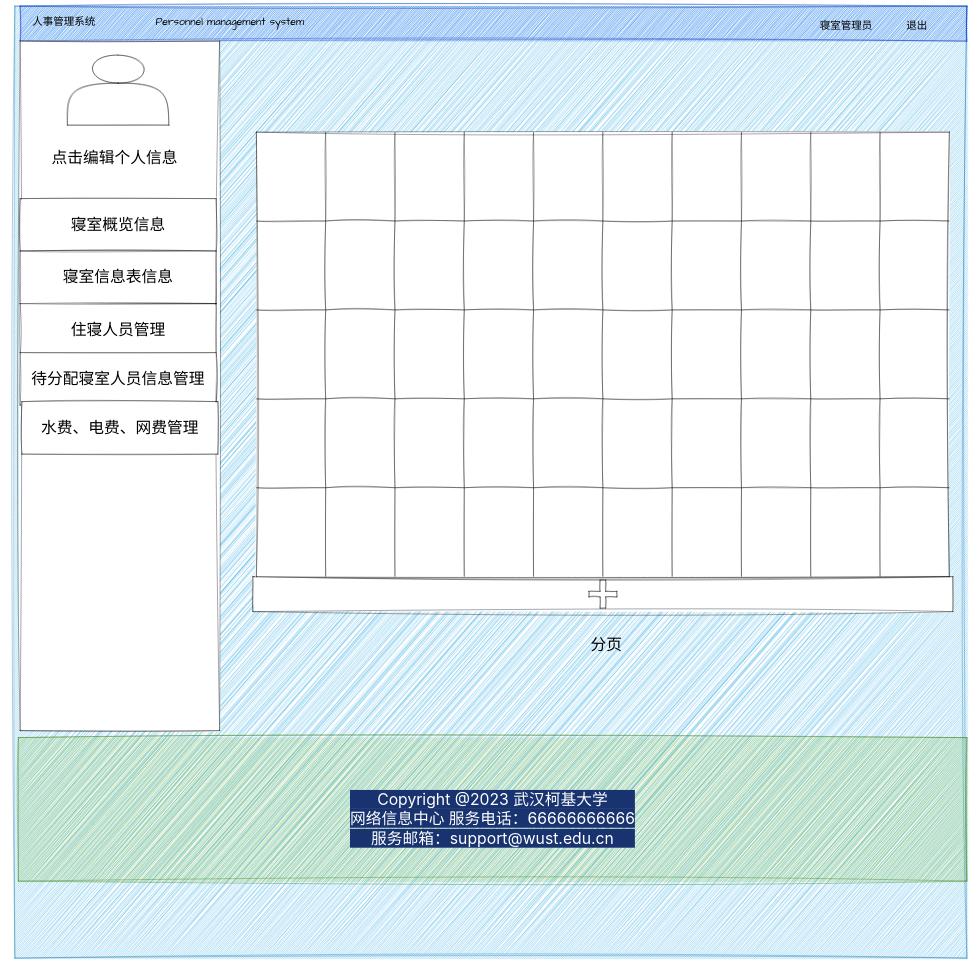
This is 大寝室管理员.drawio from 177-Liukuan/MyPicture, a draw.io file, before an edit. Source tidied: cells renumbered, new cells numbered last; positions are measured from the earlier drawing's top-left corner, leaving out a move shared by most shapes. Both pictures are drawn from the tidied source at 35%, with x=0, y=0 at pixel (6, 6).
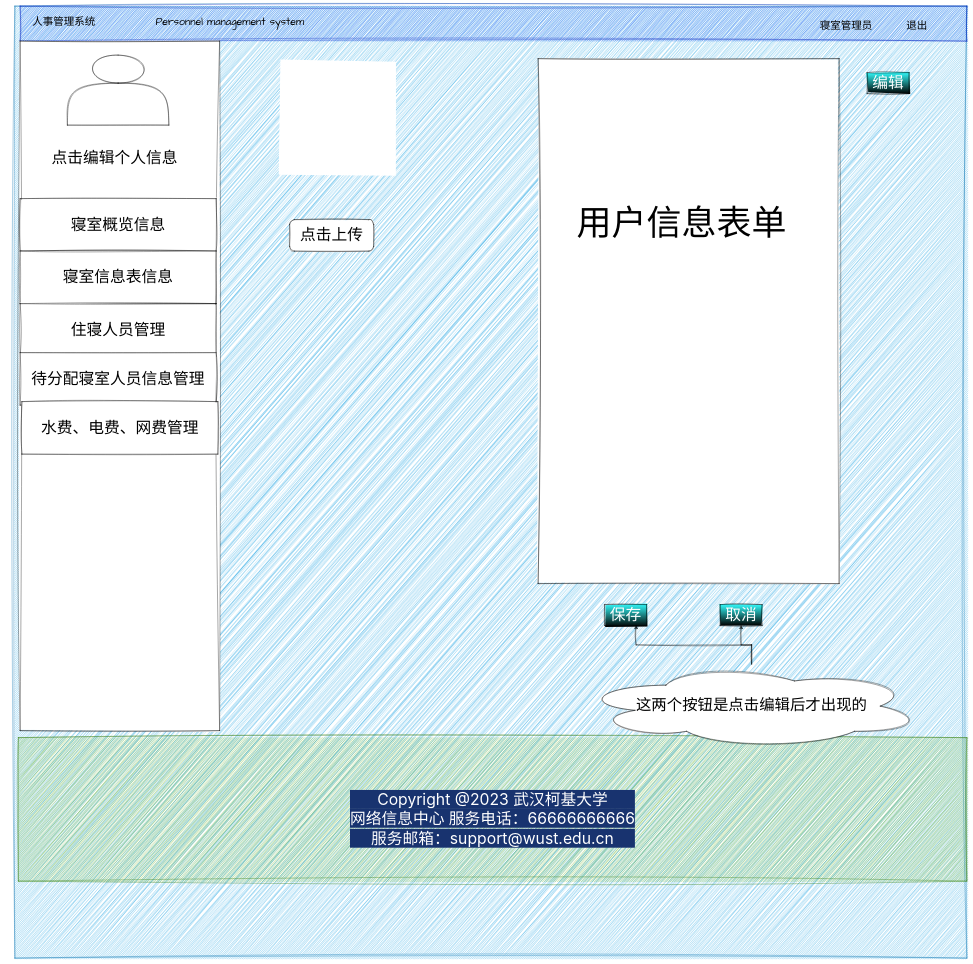
After the change.

Commit message (it also covers changes not shown here):
更新大寝室管理员.drawio

Diff of the diagram source:
```diff
@@
-    <mxCell id="10" value="&lt;span style=&quot;font-size: 45px;&quot;&gt;分页&lt;/span&gt;" style="text;html=1;strokeColor=none;fillColor=none;align=center;verticalAlign=middle;whiteSpace=wrap;rounded=0;fontSize=20;fontFamily=Architects Daughter;swimlaneFillColor=none;" parent="1" vertex="1">
-      <mxGeometry x="1505" y="1770" width="420" height="110" as="geometry" />
-    </mxCell>
@@
-    <mxCell id="12" style="rounded=0;whiteSpace=wrap;html=1;sketch=1;hachureGap=4;jiggle=2;curveFitting=1;fontFamily=Architects Daughter;fontSize=20;swimlaneFillColor=none;" parent="1" vertex="1">
-      <mxGeometry x="705" y="1630" width="2000" height="100" as="geometry" />
-    </mxCell>
-    <mxCell id="13" style="shape=cross;whiteSpace=wrap;html=1;sketch=1;hachureGap=4;jiggle=2;curveFitting=1;fontFamily=Architects Daughter;fontSize=20;swimlaneFillColor=none;" parent="1" vertex="1">
-      <mxGeometry x="1665" y="1640" width="80" height="80" as="geometry" />
-    </mxCell>
@@
-    <mxCell id="19" style="shape=table;startSize=0;childLayout=tableLayout;sketch=1;hachureGap=4;jiggle=2;curveFitting=1;fontFamily=Architects Daughter;fontSize=20;" parent="1" vertex="1">
-      <mxGeometry x="715" y="360" width="1980" height="1270" as="geometry" />
-    </mxCell>
-    <mxCell id="20" style="shape=tableRow;horizontal=0;startSize=0;swimlaneHead=0;swimlaneBody=0;strokeColor=inherit;top=0;left=0;bottom=0;right=0;fillColor=none;sketch=1;hachureGap=4;jiggle=2;curveFitting=1;fontFamily=Architects Daughter;fontSize=20;" parent="19" vertex="1">
-      <mxGeometry width="1980" height="254" as="geometry" />
-    </mxCell>
-    <mxCell id="21" style="shape=partialRectangle;html=1;whiteSpace=wrap;strokeColor=inherit;overflow=hidden;fillColor=none;top=0;left=0;bottom=0;right=0;sketch=1;hachureGap=4;jiggle=2;curveFitting=1;fontFamily=Architects Daughter;fontSize=20;" parent="20" vertex="1">
-      <mxGeometry width="198" height="254" as="geometry" />
-    </mxCell>
-    <mxCell id="22" style="shape=partialRectangle;html=1;whiteSpace=wrap;strokeColor=inherit;overflow=hidden;fillColor=none;top=0;left=0;bottom=0;right=0;sketch=1;hachureGap=4;jiggle=2;curveFitting=1;fontFamily=Architects Daughter;fontSize=20;" parent="20" vertex="1">
-      <mxGeometry x="198" width="198" height="254" as="geometry" />
-    </mxCell>
-    <mxCell id="23" style="shape=partialRectangle;html=1;whiteSpace=wrap;strokeColor=inherit;overflow=hidden;fillColor=none;top=0;left=0;bottom=0;right=0;sketch=1;hachureGap=4;jiggle=2;curveFitting=1;fontFamily=Architects Daughter;fontSize=20;" parent="20" vertex="1">
-      <mxGeometry x="396" width="198" height="254" as="geometry" />
-    </mxCell>
-    <mxCell id="24" style="shape=partialRectangle;html=1;whiteSpace=wrap;strokeColor=inherit;overflow=hidden;fillColor=none;top=0;left=0;bottom=0;right=0;sketch=1;hachureGap=4;jiggle=2;curveFitting=1;fontFamily=Architects Daughter;fontSize=20;" parent="20" vertex="1">
-      <mxGeometry x="594" width="198" height="254" as="geometry" />
-    </mxCell>
-    <mxCell id="25" style="shape=partialRectangle;html=1;whiteSpace=wrap;strokeColor=inherit;overflow=hidden;fillColor=none;top=0;left=0;bottom=0;right=0;sketch=1;hachureGap=4;jiggle=2;curveFitting=1;fontFamily=Architects Daughter;fontSize=20;" parent="20" vertex="1">
-      <mxGeometry x="792" width="198" height="254" as="geometry" />
-    </mxCell>
-    <mxCell id="26" style="shape=partialRectangle;html=1;whiteSpace=wrap;strokeColor=inherit;overflow=hidden;fillColor=none;top=0;left=0;bottom=0;right=0;sketch=1;hachureGap=4;jiggle=2;curveFitting=1;fontFamily=Architects Daughter;fontSize=20;" parent="20" vertex="1">
-      <mxGeometry x="990" width="198" height="254" as="geometry" />
-    </mxCell>
-    <mxCell id="27" style="shape=partialRectangle;html=1;whiteSpace=wrap;strokeColor=inherit;overflow=hidden;fillColor=none;top=0;left=0;bottom=0;right=0;sketch=1;hachureGap=4;jiggle=2;curveFitting=1;fontFamily=Architects Daughter;fontSize=20;" parent="20" vertex="1">
-      <mxGeometry x="1188" width="198" height="254" as="geometry" />
-    </mxCell>
-    <mxCell id="28" style="shape=partialRectangle;html=1;whiteSpace=wrap;strokeColor=inherit;overflow=hidden;fillColor=none;top=0;left=0;bottom=0;right=0;sketch=1;hachureGap=4;jiggle=2;curveFitting=1;fontFamily=Architects Daughter;fontSize=20;" parent="20" vertex="1">
-      <mxGeometry x="1386" width="198" height="254" as="geometry" />
-    </mxCell>
-    <mxCell id="29" style="shape=partialRectangle;html=1;whiteSpace=wrap;strokeColor=inherit;overflow=hidden;fillColor=none;top=0;left=0;bottom=0;right=0;sketch=1;hachureGap=4;jiggle=2;curveFitting=1;fontFamily=Architects Daughter;fontSize=20;" parent="20" vertex="1">
-      <mxGeometry x="1584" width="198" height="254" as="geometry" />
-    </mxCell>
-    <mxCell id="30" style="shape=partialRectangle;html=1;whiteSpace=wrap;strokeColor=inherit;overflow=hidden;fillColor=none;top=0;left=0;bottom=0;right=0;sketch=1;hachureGap=4;jiggle=2;curveFitting=1;fontFamily=Architects Daughter;fontSize=20;" parent="20" vertex="1">
-      <mxGeometry x="1782" width="198" height="254" as="geometry" />
-    </mxCell>
-    <mxCell id="31" style="shape=tableRow;horizontal=0;startSize=0;swimlaneHead=0;swimlaneBody=0;strokeColor=inherit;top=0;left=0;bottom=0;right=0;fillColor=none;sketch=1;hachureGap=4;jiggle=2;curveFitting=1;fontFamily=Architects Daughter;fontSize=20;" parent="19" vertex="1">
-      <mxGeometry y="254" width="1980" height="254" as="geometry" />
-    </mxCell>
-    <mxCell id="32" style="shape=partialRectangle;html=1;whiteSpace=wrap;strokeColor=inherit;overflow=hidden;fillColor=none;top=0;left=0;bottom=0;right=0;sketch=1;hachureGap=4;jiggle=2;curveFitting=1;fontFamily=Architects Daughter;fontSize=20;" parent="31" vertex="1">
-      <mxGeometry width="198" height="254" as="geometry" />
-    </mxCell>
-    <mxCell id="33" style="shape=partialRectangle;html=1;whiteSpace=wrap;strokeColor=inherit;overflow=hidden;fillColor=none;top=0;left=0;bottom=0;right=0;sketch=1;hachureGap=4;jiggle=2;curveFitting=1;fontFamily=Architects Daughter;fontSize=20;" parent="31" vertex="1">
-      <mxGeometry x="198" width="198" height="254" as="geometry" />
-    </mxCell>
-    <mxCell id="34" style="shape=partialRectangle;html=1;whiteSpace=wrap;strokeColor=inherit;overflow=hidden;fillColor=none;top=0;left=0;bottom=0;right=0;sketch=1;hachureGap=4;jiggle=2;curveFitting=1;fontFamily=Architects Daughter;fontSize=20;" parent="31" vertex="1">
-      <mxGeometry x="396" width="198" height="254" as="geometry" />
-    </mxCell>
-    <mxCell id="35" style="shape=partialRectangle;html=1;whiteSpace=wrap;strokeColor=inherit;overflow=hidden;fillColor=none;top=0;left=0;bottom=0;right=0;sketch=1;hachureGap=4;jiggle=2;curveFitting=1;fontFamily=Architects Daughter;fontSize=20;" parent="31" vertex="1">
-      <mxGeometry x="594" width="198" height="254" as="geometry" />
-    </mxCell>
-    <mxCell id="36" style="shape=partialRectangle;html=1;whiteSpace=wrap;strokeColor=inherit;overflow=hidden;fillColor=none;top=0;left=0;bottom=0;right=0;sketch=1;hachureGap=4;jiggle=2;curveFitting=1;fontFamily=Architects Daughter;fontSize=20;" parent="31" vertex="1">
-      <mxGeometry x="792" width="198" height="254" as="geometry" />
-    </mxCell>
-    <mxCell id="37" style="shape=partialRectangle;html=1;whiteSpace=wrap;strokeColor=inherit;overflow=hidden;fillColor=none;top=0;left=0;bottom=0;right=0;sketch=1;hachureGap=4;jiggle=2;curveFitting=1;fontFamily=Architects Daughter;fontSize=20;" parent="31" vertex="1">
-      <mxGeometry x="990" width="198" height="254" as="geometry" />
-    </mxCell>
-    <mxCell id="38" style="shape=partialRectangle;html=1;whiteSpace=wrap;strokeColor=inherit;overflow=hidden;fillColor=none;top=0;left=0;bottom=0;right=0;sketch=1;hachureGap=4;jiggle=2;curveFitting=1;fontFamily=Architects Daughter;fontSize=20;" parent="31" vertex="1">
-      <mxGeometry x="1188" width="198" height="254" as="geometry" />
-    </mxCell>
-    <mxCell id="39" style="shape=partialRectangle;html=1;whiteSpace=wrap;strokeColor=inherit;overflow=hidden;fillColor=none;top=0;left=0;bottom=0;right=0;sketch=1;hachureGap=4;jiggle=2;curveFitting=1;fontFamily=Architects Daughter;fontSize=20;" parent="31" vertex="1">
-      <mxGeometry x="1386" width="198" height="254" as="geometry" />
-    </mxCell>
-    <mxCell id="40" style="shape=partialRectangle;html=1;whiteSpace=wrap;strokeColor=inherit;overflow=hidden;fillColor=none;top=0;left=0;bottom=0;right=0;sketch=1;hachureGap=4;jiggle=2;curveFitting=1;fontFamily=Architects Daughter;fontSize=20;" parent="31" vertex="1">
-      <mxGeometry x="1584" width="198" height="254" as="geometry" />
-    </mxCell>
-    <mxCell id="41" style="shape=partialRectangle;html=1;whiteSpace=wrap;strokeColor=inherit;overflow=hidden;fillColor=none;top=0;left=0;bottom=0;right=0;sketch=1;hachureGap=4;jiggle=2;curveFitting=1;fontFamily=Architects Daughter;fontSize=20;" parent="31" vertex="1">
-      <mxGeometry x="1782" width="198" height="254" as="geometry" />
-    </mxCell>
-    <mxCell id="42" style="shape=tableRow;horizontal=0;startSize=0;swimlaneHead=0;swimlaneBody=0;strokeColor=inherit;top=0;left=0;bottom=0;right=0;fillColor=none;sketch=1;hachureGap=4;jiggle=2;curveFitting=1;fontFamily=Architects Daughter;fontSize=20;" parent="19" vertex="1">
-      <mxGeometry y="508" width="1980" height="254" as="geometry" />
-    </mxCell>
-    <mxCell id="43" style="shape=partialRectangle;html=1;whiteSpace=wrap;strokeColor=inherit;overflow=hidden;fillColor=none;top=0;left=0;bottom=0;right=0;sketch=1;hachureGap=4;jiggle=2;curveFitting=1;fontFamily=Architects Daughter;fontSize=20;" parent="42" vertex="1">
-      <mxGeometry width="198" height="254" as="geometry" />
-    </mxCell>
-    <mxCell id="44" style="shape=partialRectangle;html=1;whiteSpace=wrap;strokeColor=inherit;overflow=hidden;fillColor=none;top=0;left=0;bottom=0;right=0;sketch=1;hachureGap=4;jiggle=2;curveFitting=1;fontFamily=Architects Daughter;fontSize=20;" parent="42" vertex="1">
-      <mxGeometry x="198" width="198" height="254" as="geometry" />
-    </mxCell>
-    <mxCell id="45" style="shape=partialRectangle;html=1;whiteSpace=wrap;strokeColor=inherit;overflow=hidden;fillColor=none;top=0;left=0;bottom=0;right=0;sketch=1;hachureGap=4;jiggle=2;curveFitting=1;fontFamily=Architects Daughter;fontSize=20;" parent="42" vertex="1">
-      <mxGeometry x="396" width="198" height="254" as="geometry" />
-    </mxCell>
-    <mxCell id="46" style="shape=partialRectangle;html=1;whiteSpace=wrap;strokeColor=inherit;overflow=hidden;fillColor=none;top=0;left=0;bottom=0;right=0;sketch=1;hachureGap=4;jiggle=2;curveFitting=1;fontFamily=Architects Daughter;fontSize=20;" parent="42" vertex="1">
-      <mxGeometry x="594" width="198" height="254" as="geometry" />
-    </mxCell>
-    <mxCell id="47" style="shape=partialRectangle;html=1;whiteSpace=wrap;strokeColor=inherit;overflow=hidden;fillColor=none;top=0;left=0;bottom=0;right=0;sketch=1;hachureGap=4;jiggle=2;curveFitting=1;fontFamily=Architects Daughter;fontSize=20;" parent="42" vertex="1">
-      <mxGeometry x="792" width="198" height="254" as="geometry" />
-    </mxCell>
-    <mxCell id="48" style="shape=partialRectangle;html=1;whiteSpace=wrap;strokeColor=inherit;overflow=hidden;fillColor=none;top=0;left=0;bottom=0;right=0;sketch=1;hachureGap=4;jiggle=2;curveFitting=1;fontFamily=Architects Daughter;fontSize=20;" parent="42" vertex="1">
-      <mxGeometry x="990" width="198" height="254" as="geometry" />
-    </mxCell>
-    <mxCell id="49" style="shape=partialRectangle;html=1;whiteSpace=wrap;strokeColor=inherit;overflow=hidden;fillColor=none;top=0;left=0;bottom=0;right=0;sketch=1;hachureGap=4;jiggle=2;curveFitting=1;fontFamily=Architects Daughter;fontSize=20;" parent="42" vertex="1">
-      <mxGeometry x="1188" width="198" height="254" as="geometry" />
-    </mxCell>
-    <mxCell id="50" style="shape=partialRectangle;html=1;whiteSpace=wrap;strokeColor=inherit;overflow=hidden;fillColor=none;top=0;left=0;bottom=0;right=0;sketch=1;hachureGap=4;jiggle=2;curveFitting=1;fontFamily=Architects Daughter;fontSize=20;" parent="42" vertex="1">
-      <mxGeometry x="1386" width="198" height="254" as="geometry" />
-    </mxCell>
-    <mxCell id="51" style="shape=partialRectangle;html=1;whiteSpace=wrap;strokeColor=inherit;overflow=hidden;fillColor=none;top=0;left=0;bottom=0;right=0;sketch=1;hachureGap=4;jiggle=2;curveFitting=1;fontFamily=Architects Daughter;fontSize=20;" parent="42" vertex="1">
-      <mxGeometry x="1584" width="198" height="254" as="geometry" />
-    </mxCell>
-    <mxCell id="52" style="shape=partialRectangle;html=1;whiteSpace=wrap;strokeColor=inherit;overflow=hidden;fillColor=none;top=0;left=0;bottom=0;right=0;sketch=1;hachureGap=4;jiggle=2;curveFitting=1;fontFamily=Architects Daughter;fontSize=20;" parent="42" vertex="1">
-      <mxGeometry x="1782" width="198" height="254" as="geometry" />
-    </mxCell>
-    <mxCell id="53" style="shape=tableRow;horizontal=0;startSize=0;swimlaneHead=0;swimlaneBody=0;strokeColor=inherit;top=0;left=0;bottom=0;right=0;fillColor=none;sketch=1;hachureGap=4;jiggle=2;curveFitting=1;fontFamily=Architects Daughter;fontSize=20;" parent="19" vertex="1">
-      <mxGeometry y="762" width="1980" height="254" as="geometry" />
-    </mxCell>
-    <mxCell id="54" style="shape=partialRectangle;html=1;whiteSpace=wrap;strokeColor=inherit;overflow=hidden;fillColor=none;top=0;left=0;bottom=0;right=0;sketch=1;hachureGap=4;jiggle=2;curveFitting=1;fontFamily=Architects Daughter;fontSize=20;" parent="53" vertex="1">
-      <mxGeometry width="198" height="254" as="geometry" />
-    </mxCell>
-    <mxCell id="55" style="shape=partialRectangle;html=1;whiteSpace=wrap;strokeColor=inherit;overflow=hidden;fillColor=none;top=0;left=0;bottom=0;right=0;sketch=1;hachureGap=4;jiggle=2;curveFitting=1;fontFamily=Architects Daughter;fontSize=20;" parent="53" vertex="1">
-      <mxGeometry x="198" width="198" height="254" as="geometry" />
-    </mxCell>
-    <mxCell id="56" style="shape=partialRectangle;html=1;whiteSpace=wrap;strokeColor=inherit;overflow=hidden;fillColor=none;top=0;left=0;bottom=0;right=0;sketch=1;hachureGap=4;jiggle=2;curveFitting=1;fontFamily=Architects Daughter;fontSize=20;" parent="53" vertex="1">
-      <mxGeometry x="396" width="198" height="254" as="geometry" />
-    </mxCell>
-    <mxCell id="57" style="shape=partialRectangle;html=1;whiteSpace=wrap;strokeColor=inherit;overflow=hidden;fillColor=none;top=0;left=0;bottom=0;right=0;sketch=1;hachureGap=4;jiggle=2;curveFitting=1;fontFamily=Architects Daughter;fontSize=20;" parent="53" vertex="1">
-      <mxGeometry x="594" width="198" height="254" as="geometry" />
-    </mxCell>
-    <mxCell id="58" style="shape=partialRectangle;html=1;whiteSpace=wrap;strokeColor=inherit;overflow=hidden;fillColor=none;top=0;left=0;bottom=0;right=0;sketch=1;hachureGap=4;jiggle=2;curveFitting=1;fontFamily=Architects Daughter;fontSize=20;" parent="53" vertex="1">
-      <mxGeometry x="792" width="198" height="254" as="geometry" />
-    </mxCell>
-    <mxCell id="59" style="shape=partialRectangle;html=1;whiteSpace=wrap;strokeColor=inherit;overflow=hidden;fillColor=none;top=0;left=0;bottom=0;right=0;sketch=1;hachureGap=4;jiggle=2;curveFitting=1;fontFamily=Architects Daughter;fontSize=20;" parent="53" vertex="1">
-      <mxGeometry x="990" width="198" height="254" as="geometry" />
-    </mxCell>
-    <mxCell id="60" style="shape=partialRectangle;html=1;whiteSpace=wrap;strokeColor=inherit;overflow=hidden;fillColor=none;top=0;left=0;bottom=0;right=0;sketch=1;hachureGap=4;jiggle=2;curveFitting=1;fontFamily=Architects Daughter;fontSize=20;" parent="53" vertex="1">
-      <mxGeometry x="1188" width="198" height="254" as="geometry" />
-    </mxCell>
-    <mxCell id="61" style="shape=partialRectangle;html=1;whiteSpace=wrap;strokeColor=inherit;overflow=hidden;fillColor=none;top=0;left=0;bottom=0;right=0;sketch=1;hachureGap=4;jiggle=2;curveFitting=1;fontFamily=Architects Daughter;fontSize=20;" parent="53" vertex="1">
-      <mxGeometry x="1386" width="198" height="254" as="geometry" />
-    </mxCell>
-    <mxCell id="62" style="shape=partialRectangle;html=1;whiteSpace=wrap;strokeColor=inherit;overflow=hidden;fillColor=none;top=0;left=0;bottom=0;right=0;sketch=1;hachureGap=4;jiggle=2;curveFitting=1;fontFamily=Architects Daughter;fontSize=20;" parent="53" vertex="1">
-      <mxGeometry x="1584" width="198" height="254" as="geometry" />
-    </mxCell>
-    <mxCell id="63" style="shape=partialRectangle;html=1;whiteSpace=wrap;strokeColor=inherit;overflow=hidden;fillColor=none;top=0;left=0;bottom=0;right=0;sketch=1;hachureGap=4;jiggle=2;curveFitting=1;fontFamily=Architects Daughter;fontSize=20;" parent="53" vertex="1">
-      <mxGeometry x="1782" width="198" height="254" as="geometry" />
-    </mxCell>
-    <mxCell id="64" style="shape=tableRow;horizontal=0;startSize=0;swimlaneHead=0;swimlaneBody=0;strokeColor=inherit;top=0;left=0;bottom=0;right=0;fillColor=none;sketch=1;hachureGap=4;jiggle=2;curveFitting=1;fontFamily=Architects Daughter;fontSize=20;" parent="19" vertex="1">
-      <mxGeometry y="1016" width="1980" height="254" as="geometry" />
-    </mxCell>
-    <mxCell id="65" style="shape=partialRectangle;html=1;whiteSpace=wrap;strokeColor=inherit;overflow=hidden;fillColor=none;top=0;left=0;bottom=0;right=0;sketch=1;hachureGap=4;jiggle=2;curveFitting=1;fontFamily=Architects Daughter;fontSize=20;" parent="64" vertex="1">
-      <mxGeometry width="198" height="254" as="geometry" />
-    </mxCell>
-    <mxCell id="66" style="shape=partialRectangle;html=1;whiteSpace=wrap;strokeColor=inherit;overflow=hidden;fillColor=none;top=0;left=0;bottom=0;right=0;sketch=1;hachureGap=4;jiggle=2;curveFitting=1;fontFamily=Architects Daughter;fontSize=20;" parent="64" vertex="1">
-      <mxGeometry x="198" width="198" height="254" as="geometry" />
-    </mxCell>
-    <mxCell id="67" style="shape=partialRectangle;html=1;whiteSpace=wrap;strokeColor=inherit;overflow=hidden;fillColor=none;top=0;left=0;bottom=0;right=0;sketch=1;hachureGap=4;jiggle=2;curveFitting=1;fontFamily=Architects Daughter;fontSize=20;" parent="64" vertex="1">
-      <mxGeometry x="396" width="198" height="254" as="geometry" />
-    </mxCell>
-    <mxCell id="68" style="shape=partialRectangle;html=1;whiteSpace=wrap;strokeColor=inherit;overflow=hidden;fillColor=none;top=0;left=0;bottom=0;right=0;sketch=1;hachureGap=4;jiggle=2;curveFitting=1;fontFamily=Architects Daughter;fontSize=20;" parent="64" vertex="1">
-      <mxGeometry x="594" width="198" height="254" as="geometry" />
-    </mxCell>
-    <mxCell id="69" style="shape=partialRectangle;html=1;whiteSpace=wrap;strokeColor=inherit;overflow=hidden;fillColor=none;top=0;left=0;bottom=0;right=0;sketch=1;hachureGap=4;jiggle=2;curveFitting=1;fontFamily=Architects Daughter;fontSize=20;" parent="64" vertex="1">
-      <mxGeometry x="792" width="198" height="254" as="geometry" />
-    </mxCell>
-    <mxCell id="70" style="shape=partialRectangle;html=1;whiteSpace=wrap;strokeColor=inherit;overflow=hidden;fillColor=none;top=0;left=0;bottom=0;right=0;sketch=1;hachureGap=4;jiggle=2;curveFitting=1;fontFamily=Architects Daughter;fontSize=20;" parent="64" vertex="1">
-      <mxGeometry x="990" width="198" height="254" as="geometry" />
-    </mxCell>
-    <mxCell id="71" style="shape=partialRectangle;html=1;whiteSpace=wrap;strokeColor=inherit;overflow=hidden;fillColor=none;top=0;left=0;bottom=0;right=0;sketch=1;hachureGap=4;jiggle=2;curveFitting=1;fontFamily=Architects Daughter;fontSize=20;" parent="64" vertex="1">
-      <mxGeometry x="1188" width="198" height="254" as="geometry" />
-    </mxCell>
-    <mxCell id="72" style="shape=partialRectangle;html=1;whiteSpace=wrap;strokeColor=inherit;overflow=hidden;fillColor=none;top=0;left=0;bottom=0;right=0;sketch=1;hachureGap=4;jiggle=2;curveFitting=1;fontFamily=Architects Daughter;fontSize=20;" parent="64" vertex="1">
-      <mxGeometry x="1386" width="198" height="254" as="geometry" />
-    </mxCell>
-    <mxCell id="73" style="shape=partialRectangle;html=1;whiteSpace=wrap;strokeColor=inherit;overflow=hidden;fillColor=none;top=0;left=0;bottom=0;right=0;sketch=1;hachureGap=4;jiggle=2;curveFitting=1;fontFamily=Architects Daughter;fontSize=20;" parent="64" vertex="1">
-      <mxGeometry x="1584" width="198" height="254" as="geometry" />
-    </mxCell>
-    <mxCell id="74" style="shape=partialRectangle;html=1;whiteSpace=wrap;strokeColor=inherit;overflow=hidden;fillColor=none;top=0;left=0;bottom=0;right=0;sketch=1;hachureGap=4;jiggle=2;curveFitting=1;fontFamily=Architects Daughter;fontSize=20;" parent="64" vertex="1">
-      <mxGeometry x="1782" width="198" height="254" as="geometry" />
-    </mxCell>
@@
+    <mxCell id="77" style="whiteSpace=wrap;html=1;sketch=1;hachureGap=4;jiggle=2;curveFitting=1;fontFamily=Architects Daughter;fontSize=20;strokeColor=none;" parent="1" vertex="1">
+      <mxGeometry x="780" y="155" width="330" height="330" as="geometry" />
+    </mxCell>
+    <mxCell id="78" value="&lt;font style=&quot;font-size: 45px;&quot;&gt;点击上传&lt;/font&gt;" style="rounded=1;whiteSpace=wrap;html=1;sketch=1;hachureGap=4;jiggle=2;curveFitting=1;fontFamily=Architects Daughter;fontSize=20;" parent="1" vertex="1">
+      <mxGeometry x="810" y="610" width="240" height="90" as="geometry" />
+    </mxCell>
+    <mxCell id="79" style="rounded=0;whiteSpace=wrap;html=1;sketch=1;hachureGap=4;jiggle=2;curveFitting=1;fontFamily=Architects Daughter;fontSize=20;" parent="1" vertex="1">
+      <mxGeometry x="1520" y="150" width="860" height="1500" as="geometry" />
+    </mxCell>
+    <mxCell id="80" value="&lt;font color=&quot;#ffffff&quot; style=&quot;font-size: 45px;&quot;&gt;编辑&lt;/font&gt;" style="rounded=0;whiteSpace=wrap;html=1;sketch=1;hachureGap=4;jiggle=2;curveFitting=1;fontFamily=Architects Daughter;fontSize=20;fillColor=#33FFFF;gradientColor=default;" parent="1" vertex="1">
+      <mxGeometry x="2460" y="190" width="120" height="60" as="geometry" />
+    </mxCell>
+    <mxCell id="81" value="&lt;font style=&quot;font-size: 100px;&quot;&gt;用户信息表单&lt;/font&gt;" style="text;html=1;strokeColor=none;fillColor=none;align=center;verticalAlign=middle;whiteSpace=wrap;rounded=0;fontSize=20;fontFamily=Architects Daughter;" parent="1" vertex="1">
+      <mxGeometry x="1580" y="485" width="700" height="280" as="geometry" />
+    </mxCell>
+    <mxCell id="82" value="&lt;font color=&quot;#ffffff&quot; style=&quot;font-size: 45px;&quot;&gt;保存&lt;/font&gt;" style="rounded=0;whiteSpace=wrap;html=1;sketch=1;hachureGap=4;jiggle=2;curveFitting=1;fontFamily=Architects Daughter;fontSize=20;fillColor=#33FFFF;gradientColor=default;" parent="1" vertex="1">
+      <mxGeometry x="1710" y="1710" width="120" height="60" as="geometry" />
+    </mxCell>
+    <mxCell id="83" value="&lt;span style=&quot;font-size: 45px;&quot;&gt;&lt;font color=&quot;#ffffff&quot;&gt;取消&lt;/font&gt;&lt;/span&gt;" style="rounded=0;whiteSpace=wrap;html=1;sketch=1;hachureGap=4;jiggle=2;curveFitting=1;fontFamily=Architects Daughter;fontSize=20;fillColor=#33FFFF;gradientColor=default;" parent="1" vertex="1">
+      <mxGeometry x="2040" y="1710" width="120" height="60" as="geometry" />
+    </mxCell>
+    <mxCell id="84" style="edgeStyle=orthogonalEdgeStyle;rounded=0;sketch=1;hachureGap=4;jiggle=2;curveFitting=1;jettySize=auto;html=1;entryX=0.75;entryY=1;entryDx=0;entryDy=0;fontFamily=Architects Daughter;fontSize=16;" parent="1" edge="1" source="86" target="82">
+      <mxGeometry relative="1" as="geometry" />
+    </mxCell>
+    <mxCell id="85" style="edgeStyle=orthogonalEdgeStyle;rounded=0;sketch=1;hachureGap=4;jiggle=2;curveFitting=1;jettySize=auto;html=1;entryX=0.5;entryY=1;entryDx=0;entryDy=0;fontFamily=Architects Daughter;fontSize=16;" parent="1" edge="1" source="86" target="83">
+      <mxGeometry relative="1" as="geometry" />
+    </mxCell>
+    <mxCell id="86" value="&lt;font style=&quot;font-size: 44px;&quot;&gt;这两个按钮是点击编辑后才出现的&lt;/font&gt;" style="ellipse;shape=cloud;whiteSpace=wrap;html=1;sketch=1;hachureGap=4;jiggle=2;curveFitting=1;fontFamily=Architects Daughter;fontSize=20;" parent="1" vertex="1">
+      <mxGeometry x="1640" y="1880" width="980" height="240" as="geometry" />
+    </mxCell>
```
